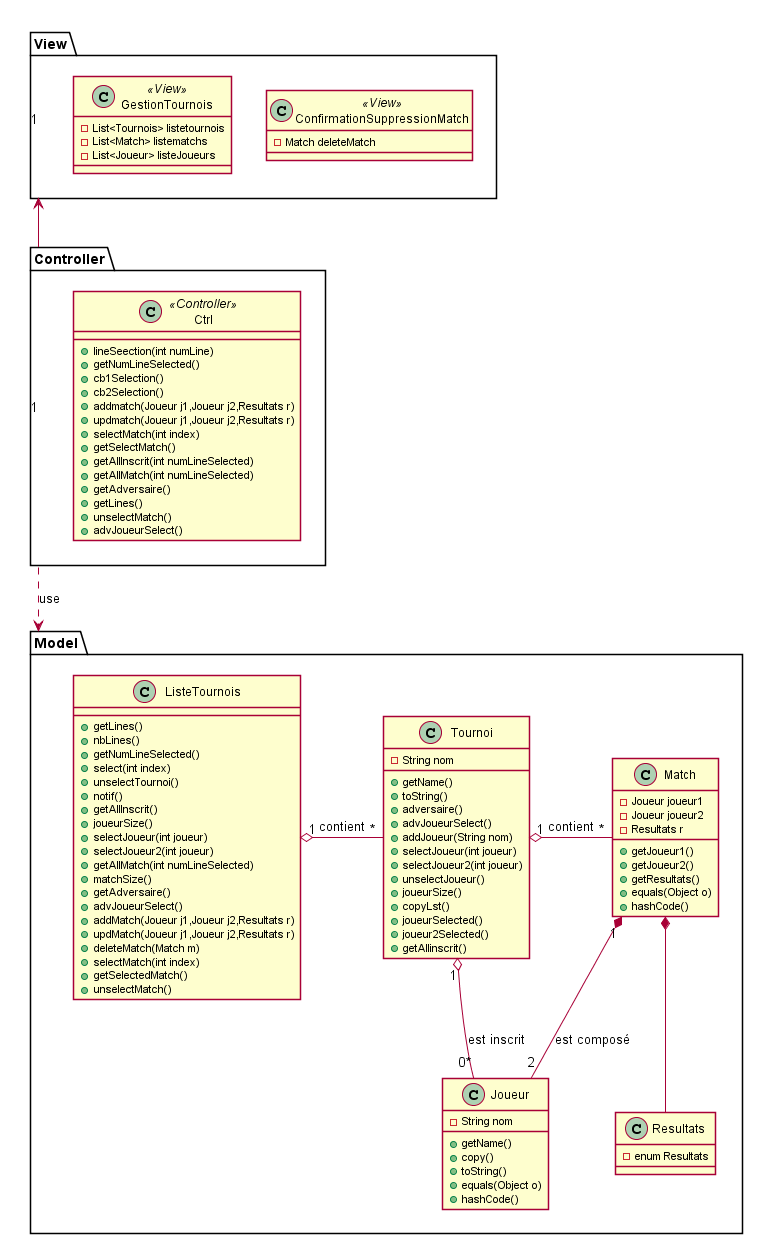
MatildeGr/Java-Tournament-Management keeps this PlantUML diagram as ANC3-Diagramme/ClassDiagram/CDL.png. Above is the earlier version.
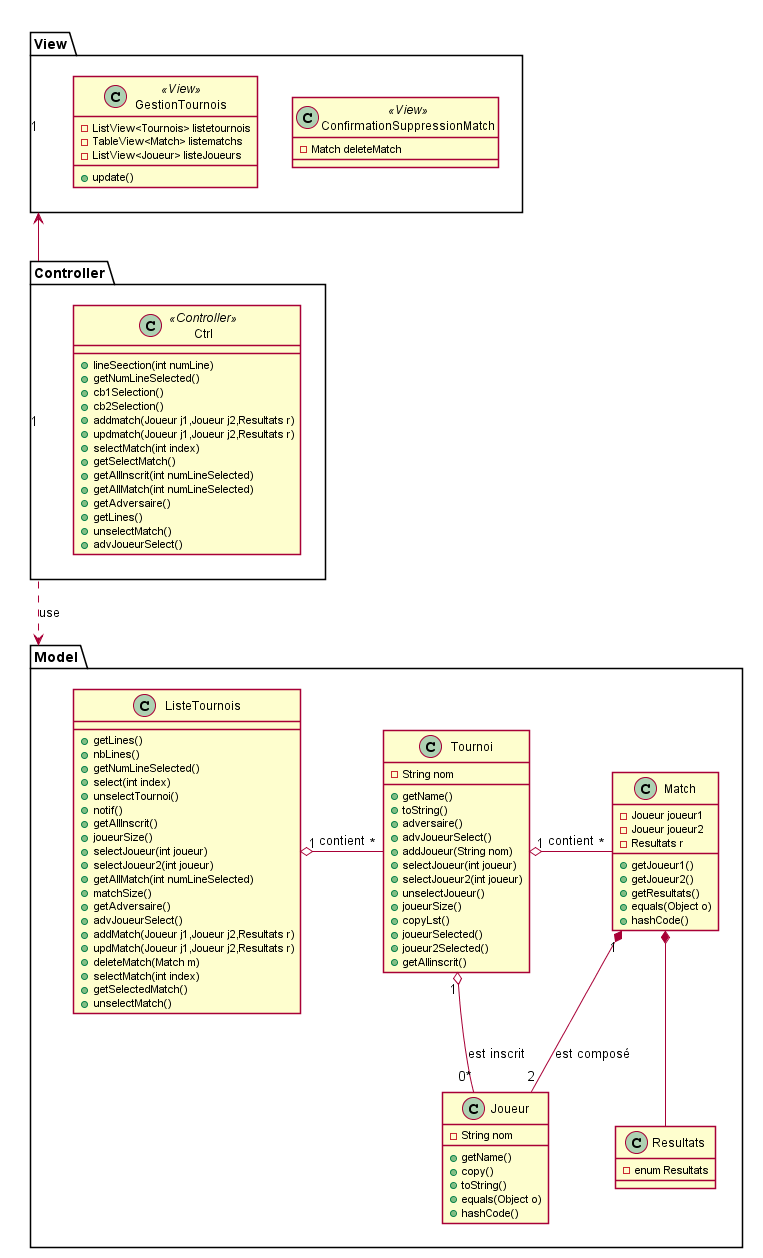
Above is the later version.

Diff of the diagram source:
```diff
@@ -92,9 +92,10 @@
         -Match deleteMatch
     }
      class GestionTournois<<View>>{
-        -List<Tournois> listetournois
-        -List<Match> listematchs
-        -List<Joueur> listeJoueurs
+        -ListView<Tournois> listetournois
+        -TableView<Match> listematchs
+        -ListView<Joueur> listeJoueurs
+        +update()
 
     }
 }
```
